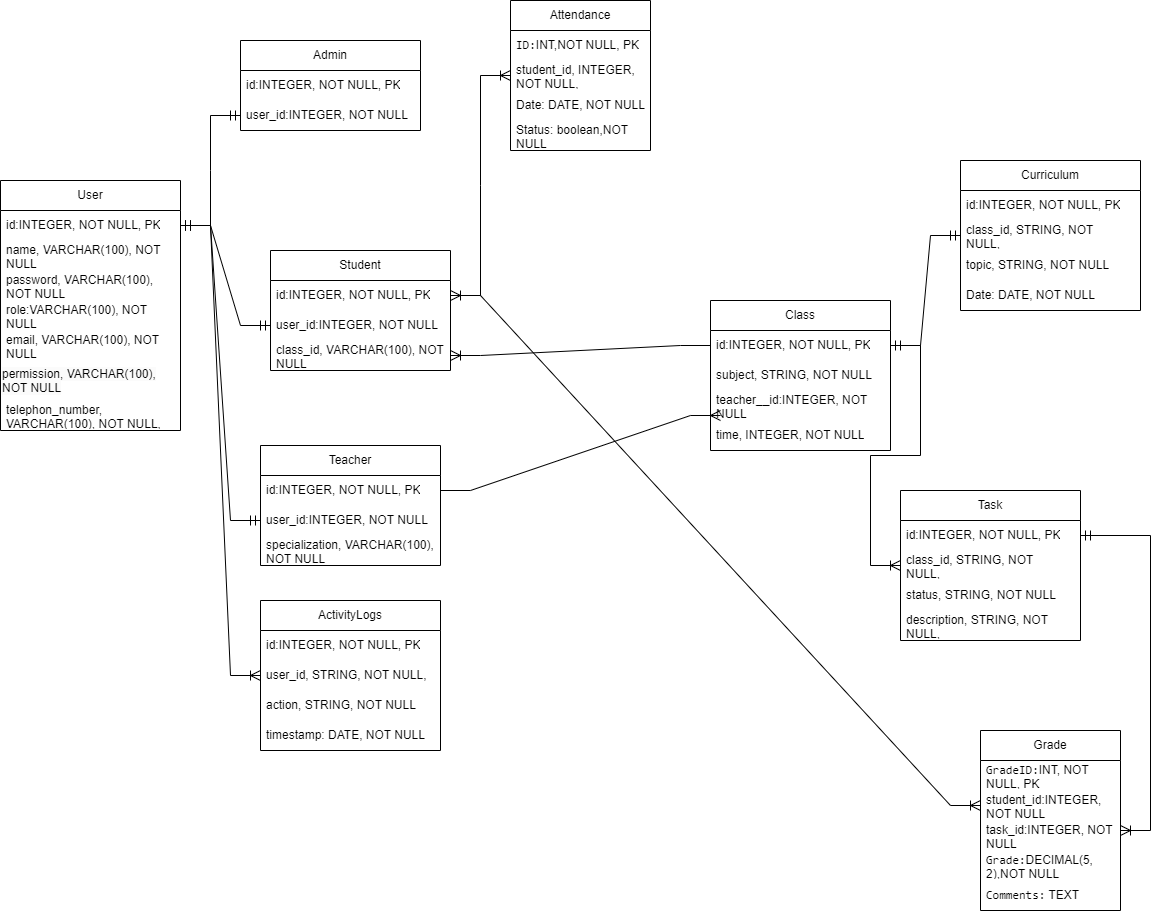
Gorbachevvvv/Online-Courses-db keeps this draw.io diagram as бд.drawio (1).png. Above is the earlier version. Source tidied: cells renumbered, new cells last; positions are measured from the earlier drawing's top-left corner, leaving out a move shared by most shapes.
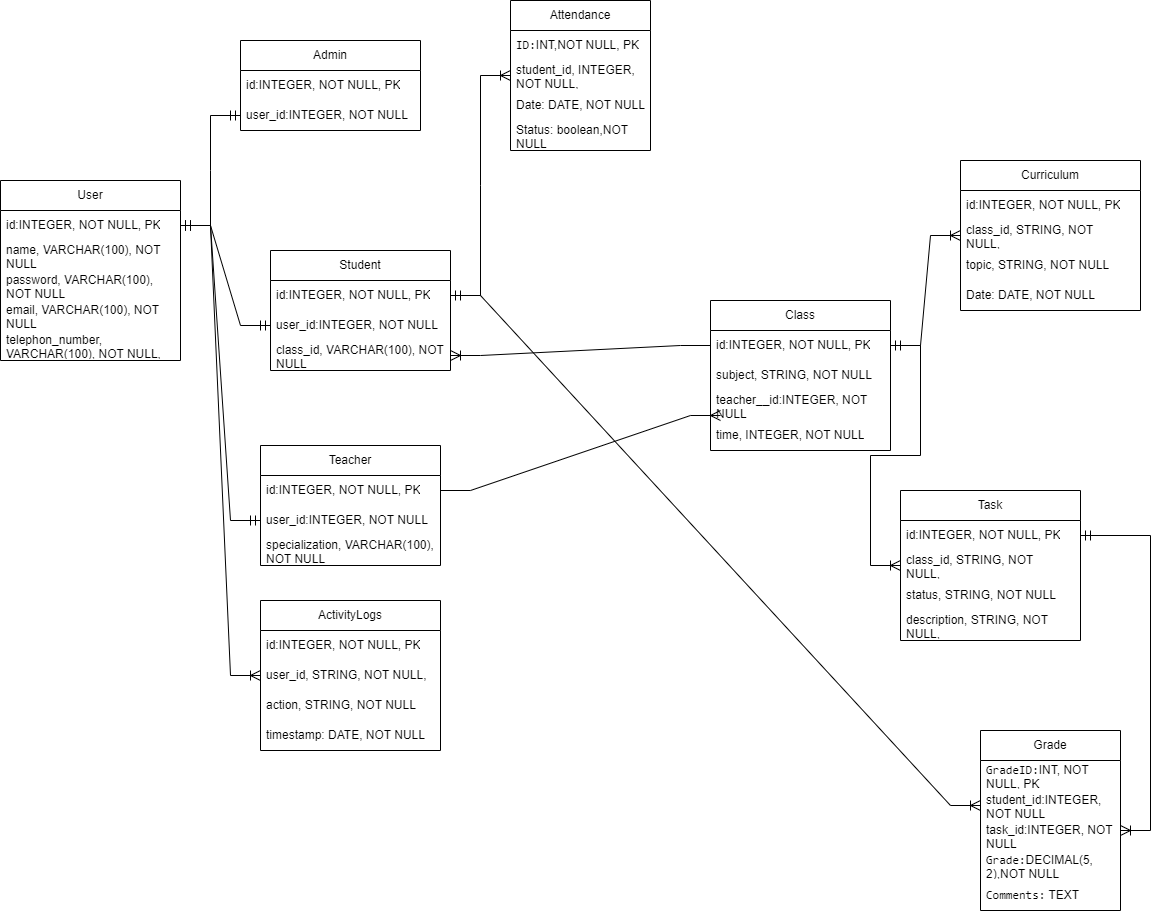
The same diagram one commit later.

The edit, as a diff of the source:
```diff
@@ -3,7 +3,7 @@
     <mxCell id="0" />
     <mxCell id="1" parent="0" />
     <mxCell id="2" value="User" style="swimlane;fontStyle=0;horizontal=1;startSize=30;whiteSpace=wrap;html=1;" parent="1" vertex="1">
-      <mxGeometry y="180" width="180" height="250" as="geometry" />
+      <mxGeometry y="180" width="180" height="180" as="geometry" />
     </mxCell>
     <mxCell id="3" value="id:INTEGER, NOT NULL, PK" style="text;strokeColor=none;fillColor=none;align=left;verticalAlign=middle;spacingLeft=4;spacingRight=4;overflow=hidden;points=[[0,0.5],[1,0.5]];portConstraint=eastwest;whiteSpace=wrap;html=1;" parent="2" vertex="1">
       <mxGeometry y="30" width="180" height="30" as="geometry" />
@@ -14,17 +14,11 @@
     <mxCell id="5" value="password, VARCHAR(100), NOT NULL" style="text;strokeColor=none;fillColor=none;align=left;verticalAlign=middle;spacingLeft=4;spacingRight=4;overflow=hidden;whiteSpace=wrap;html=1;" parent="2" vertex="1">
       <mxGeometry y="90" width="180" height="30" as="geometry" />
     </mxCell>
-    <mxCell id="6" value="role:VARCHAR(100), NOT NULL" style="text;strokeColor=none;fillColor=none;align=left;verticalAlign=middle;spacingLeft=4;spacingRight=4;overflow=hidden;whiteSpace=wrap;html=1;" parent="2" vertex="1">
-      <mxGeometry y="120" width="180" height="30" as="geometry" />
-    </mxCell>
     <mxCell id="7" value="email, VARCHAR(100), NOT NULL" style="text;strokeColor=none;fillColor=none;align=left;verticalAlign=middle;spacingLeft=4;spacingRight=4;overflow=hidden;whiteSpace=wrap;html=1;" parent="2" vertex="1">
-      <mxGeometry y="150" width="180" height="30" as="geometry" />
+      <mxGeometry y="120" width="180" height="30" as="geometry" />
     </mxCell>
-    <mxCell id="8" value="&lt;span style=&quot;color: rgb(0, 0, 0); font-family: Helvetica; font-size: 12px; font-style: normal; font-variant-ligatures: normal; font-variant-caps: normal; font-weight: 400; letter-spacing: normal; orphans: 2; text-align: left; text-indent: 0px; text-transform: none; widows: 2; word-spacing: 0px; -webkit-text-stroke-width: 0px; white-space: normal; background-color: rgb(251, 251, 251); text-decoration-thickness: initial; text-decoration-style: initial; text-decoration-color: initial; display: inline !important; float: none;&quot;&gt;permission, VARCHAR(100), NOT NULL&lt;/span&gt;" style="text;whiteSpace=wrap;html=1;" parent="2" vertex="1">
-      <mxGeometry y="180" width="180" height="40" as="geometry" />
-    </mxCell>
     <mxCell id="9" value="telephon_number, VARCHAR(100), NOT NULL,&amp;nbsp; PK" style="text;strokeColor=none;fillColor=none;align=left;verticalAlign=middle;spacingLeft=4;spacingRight=4;overflow=hidden;whiteSpace=wrap;html=1;" parent="2" vertex="1">
-      <mxGeometry y="220" width="180" height="30" as="geometry" />
+      <mxGeometry y="150" width="180" height="30" as="geometry" />
     </mxCell>
     <mxCell id="10" value="Student" style="swimlane;fontStyle=0;horizontal=1;startSize=30;whiteSpace=wrap;html=1;" parent="1" vertex="1">
       <mxGeometry x="270" y="250" width="180" height="120" as="geometry" />
@@ -149,7 +143,7 @@
         </Array>
       </mxGeometry>
     </mxCell>
-    <mxCell id="48" style="edgeStyle=entityRelationEdgeStyle;fontSize=12;html=1;endArrow=ERoneToMany;rounded=0;startSize=8;endSize=8;curved=0;exitX=1;exitY=0.5;exitDx=0;exitDy=0;startArrow=ERoneToMany;startFill=0;entryX=0;entryY=0.5;entryDx=0;entryDy=0;" parent="1" edge="1" source="11" target="33">
+    <mxCell id="48" style="edgeStyle=entityRelationEdgeStyle;fontSize=12;html=1;endArrow=ERoneToMany;rounded=0;startSize=8;endSize=8;curved=0;exitX=1;exitY=0.5;exitDx=0;exitDy=0;startArrow=ERmandOne;startFill=0;entryX=0;entryY=0.5;entryDx=0;entryDy=0;" parent="1" edge="1" source="11" target="33">
       <mxGeometry relative="1" as="geometry">
         <Array as="points">
           <mxPoint x="720" y="140" />
@@ -176,7 +170,7 @@
     <mxCell id="54" value="Date: DATE, NOT NULL" style="text;strokeColor=none;fillColor=none;align=left;verticalAlign=middle;spacingLeft=4;spacingRight=4;overflow=hidden;whiteSpace=wrap;html=1;" parent="50" vertex="1">
       <mxGeometry y="120" width="180" height="30" as="geometry" />
     </mxCell>
-    <mxCell id="55" style="edgeStyle=entityRelationEdgeStyle;fontSize=12;html=1;endArrow=ERmandOne;rounded=0;startSize=8;endSize=8;curved=0;exitX=1;exitY=0.5;exitDx=0;exitDy=0;entryX=0;entryY=0.5;entryDx=0;entryDy=0;endFill=0;startArrow=ERmandOne;startFill=0;" parent="1" edge="1" source="19" target="52">
+    <mxCell id="55" style="edgeStyle=entityRelationEdgeStyle;fontSize=12;html=1;endArrow=ERoneToMany;rounded=0;startSize=8;endSize=8;curved=0;exitX=1;exitY=0.5;exitDx=0;exitDy=0;entryX=0;entryY=0.5;entryDx=0;entryDy=0;endFill=0;startArrow=ERmandOne;startFill=0;" parent="1" edge="1" source="19" target="52">
       <mxGeometry relative="1" as="geometry" />
     </mxCell>
     <mxCell id="56" value="ActivityLogs" style="swimlane;fontStyle=0;horizontal=1;startSize=30;whiteSpace=wrap;html=1;" parent="1" vertex="1">
```
